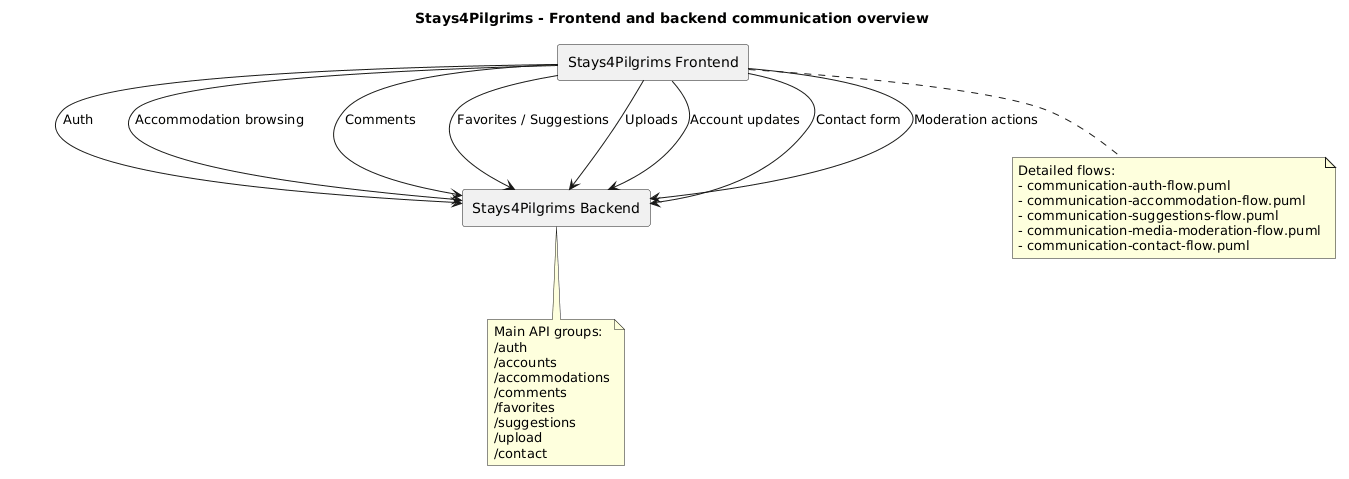
alegna83/cookbook-be keeps this PlantUML diagram as docs/diagrams/png/communication-overview.png. Above is the earlier version.
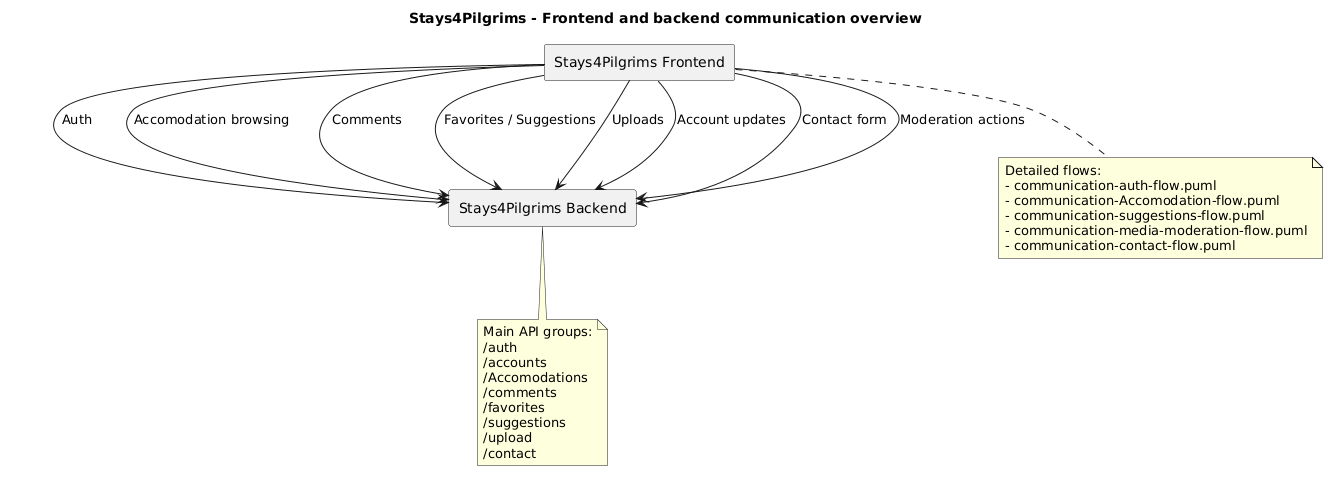
After the change.

Change to the diagram source:
```diff
@@ -7,7 +7,7 @@
 component "Stays4Pilgrims Backend" as BE
 
 FE --> BE : Auth
-FE --> BE : Accommodation browsing
+FE --> BE : Accomodation browsing
 FE --> BE : Comments
 FE --> BE : Favorites / Suggestions
 FE --> BE : Uploads
@@ -18,7 +18,7 @@
 note bottom of FE
   Detailed flows:
   - communication-auth-flow.puml
-  - communication-accommodation-flow.puml
+  - communication-Accomodation-flow.puml
   - communication-suggestions-flow.puml
   - communication-media-moderation-flow.puml
   - communication-contact-flow.puml
@@ -28,7 +28,7 @@
   Main API groups:
   /auth
   /accounts
-  /accommodations
+  /Accomodations
   /comments
   /favorites
   /suggestions
```
